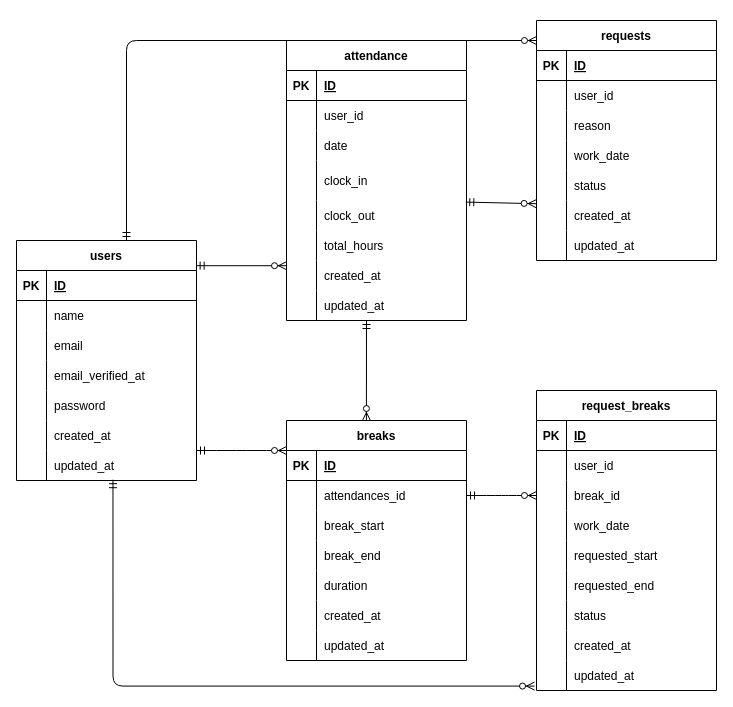
nishimiyu0313/yamada-attendanceapp keeps this draw.io diagram as ER.drawio. Above is the earlier version. Source tidied: cells renumbered, new cells numbered last; positions are measured from the earlier drawing's top-left corner, leaving out a move shared by most shapes. Both pictures are drawn from the tidied source at 100%, with x=0, y=0 at pixel (16, 20).
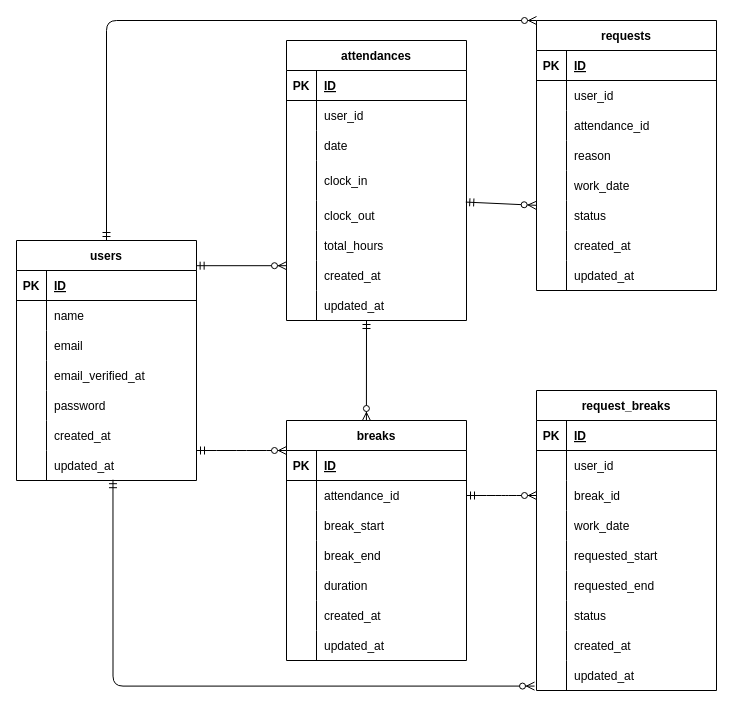
The same diagram, later.

Commit message:
リモートリポジトリの変更

Unchanged cells that the change refers to:
```xml
<mxCell id="2" value="users" style="shape=table;startSize=30;childLayout=tableLayout;rowLines=0;fontStyle=1;align=center;" parent="1" vertex="1">
  <mxGeometry y="220" width="180" height="240" as="geometry" />
</mxCell>
<mxCell id="37" style="shape=tableRow;horizontal=0;startSize=0;swimlaneHead=0;swimlaneBody=0;fillColor=none;points=[[0,0.5],[1,0.5]];portConstraint=eastwest;top=0;left=0;right=0;bottom=0;" parent="24" vertex="1">
  <mxGeometry y="160" width="180" height="30" as="geometry" />
</mxCell>
<mxCell id="53" style="shape=tableRow;horizontal=0;startSize=0;swimlaneHead=0;swimlaneBody=0;fillColor=none;points=[[0,0.5],[1,0.5]];portConstraint=eastwest;top=0;left=0;right=0;bottom=0;" parent="49" vertex="1">
  <mxGeometry y="60" width="180" height="30" as="geometry" />
</mxCell>
```

Diff of the diagram source:
```diff
@@
-    <mxCell id="24" value="attendance" style="shape=table;startSize=30;childLayout=tableLayout;rowLines=0;fontStyle=1;align=center;" parent="1" vertex="1">
+    <mxCell id="24" value="attendances" style="shape=table;startSize=30;childLayout=tableLayout;rowLines=0;fontStyle=1;align=center;" parent="1" vertex="1">
       <mxGeometry x="270" y="20" width="180" height="280" as="geometry" />
     </mxCell>
@@
-    <mxCell id="55" value="attendances_id" style="shape=partialRectangle;fillColor=none;top=0;left=0;bottom=0;right=0;align=left;spacingLeft=6;overflow=hidden;" parent="53" vertex="1">
+    <mxCell id="55" value="attendance_id" style="shape=partialRectangle;fillColor=none;top=0;left=0;bottom=0;right=0;align=left;spacingLeft=6;overflow=hidden;" parent="53" vertex="1">
       <mxGeometry x="30" width="150" height="30" as="geometry" />
     </mxCell>
@@
     <mxCell id="71" value="requests" style="shape=table;startSize=30;childLayout=tableLayout;rowLines=0;fontStyle=1;align=center;" parent="1" vertex="1">
-      <mxGeometry x="520" width="180" height="240" as="geometry" />
+      <mxGeometry x="520" width="180" height="270" as="geometry" />
     </mxCell>
@@
+    <mxCell id="128" style="shape=tableRow;horizontal=0;startSize=0;swimlaneHead=0;swimlaneBody=0;fillColor=none;top=0;left=0;right=0;bottom=0;" parent="71" vertex="1">
+      <mxGeometry y="90" width="180" height="30" as="geometry" />
+    </mxCell>
+    <mxCell id="129" style="shape=partialRectangle;fillColor=none;top=0;left=0;bottom=0;right=0;overflow=hidden;" parent="128" vertex="1">
+      <mxGeometry width="30" height="30" as="geometry" />
+    </mxCell>
+    <mxCell id="130" value="attendance_id" style="shape=partialRectangle;fillColor=none;top=0;left=0;bottom=0;right=0;align=left;spacingLeft=6;overflow=hidden;" parent="128" vertex="1">
+      <mxGeometry x="30" width="150" height="30" as="geometry" />
+    </mxCell>
     <mxCell id="78" style="shape=tableRow;horizontal=0;startSize=0;swimlaneHead=0;swimlaneBody=0;fillColor=none;top=0;left=0;right=0;bottom=0;" parent="71" vertex="1">
-      <mxGeometry y="90" width="180" height="30" as="geometry" />
+      <mxGeometry y="120" width="180" height="30" as="geometry" />
     </mxCell>
@@
     <mxCell id="81" style="shape=tableRow;horizontal=0;startSize=0;swimlaneHead=0;swimlaneBody=0;fillColor=none;top=0;left=0;right=0;bottom=0;" parent="71" vertex="1">
-      <mxGeometry y="120" width="180" height="30" as="geometry" />
+      <mxGeometry y="150" width="180" height="30" as="geometry" />
     </mxCell>
@@
     <mxCell id="84" style="shape=tableRow;horizontal=0;startSize=0;swimlaneHead=0;swimlaneBody=0;fillColor=none;points=[[0,0.5],[1,0.5]];portConstraint=eastwest;top=0;left=0;right=0;bottom=0;" parent="71" vertex="1">
-      <mxGeometry y="150" width="180" height="30" as="geometry" />
+      <mxGeometry y="180" width="180" height="30" as="geometry" />
     </mxCell>
@@
     <mxCell id="87" style="shape=tableRow;horizontal=0;startSize=0;swimlaneHead=0;swimlaneBody=0;fillColor=none;points=[[0,0.5],[1,0.5]];portConstraint=eastwest;top=0;left=0;right=0;bottom=0;" parent="71" vertex="1">
-      <mxGeometry y="180" width="180" height="30" as="geometry" />
+      <mxGeometry y="210" width="180" height="30" as="geometry" />
     </mxCell>
@@
     <mxCell id="90" style="shape=tableRow;horizontal=0;startSize=0;swimlaneHead=0;swimlaneBody=0;fillColor=none;top=0;left=0;right=0;bottom=0;" parent="71" vertex="1">
-      <mxGeometry y="210" width="180" height="30" as="geometry" />
+      <mxGeometry y="240" width="180" height="30" as="geometry" />
     </mxCell>
@@
-    <mxCell id="125" style="edgeStyle=orthogonalEdgeStyle;fontSize=12;html=1;endArrow=ERzeroToMany;startArrow=ERmandOne;" parent="1" edge="1">
-      <mxGeometry relative="1" as="geometry">
-        <mxPoint x="110" y="220" as="sourcePoint" />
-        <mxPoint x="520" y="20" as="targetPoint" />
-        <Array as="points">
-          <mxPoint x="110" y="20" />
-        </Array>
-      </mxGeometry>
-    </mxCell>
@@
-    <mxCell id="127" style="fontSize=12;html=1;endArrow=ERzeroToMany;startArrow=ERmandOne;exitX=0.996;exitY=0.053;exitDx=0;exitDy=0;exitPerimeter=0;entryX=-0.002;entryY=0.107;entryDx=0;entryDy=0;entryPerimeter=0;" parent="1" edge="1" source="37" target="87">
+    <mxCell id="127" style="fontSize=12;html=1;endArrow=ERzeroToMany;startArrow=ERmandOne;exitX=0.996;exitY=0.053;exitDx=0;exitDy=0;exitPerimeter=0;entryX=-0.002;entryY=0.16;entryDx=0;entryDy=0;entryPerimeter=0;" parent="1" edge="1" source="37" target="84">
       <mxGeometry relative="1" as="geometry" />
     </mxCell>
+    <mxCell id="131" style="edgeStyle=orthogonalEdgeStyle;fontSize=12;html=1;endArrow=ERzeroToMany;startArrow=ERmandOne;exitX=0.5;exitY=0;exitDx=0;exitDy=0;entryX=0;entryY=0;entryDx=0;entryDy=0;" parent="1" edge="1" source="2" target="71">
+      <mxGeometry relative="1" as="geometry">
+        <Array as="points">
+          <mxPoint x="90" />
+        </Array>
+      </mxGeometry>
+    </mxCell>
```
